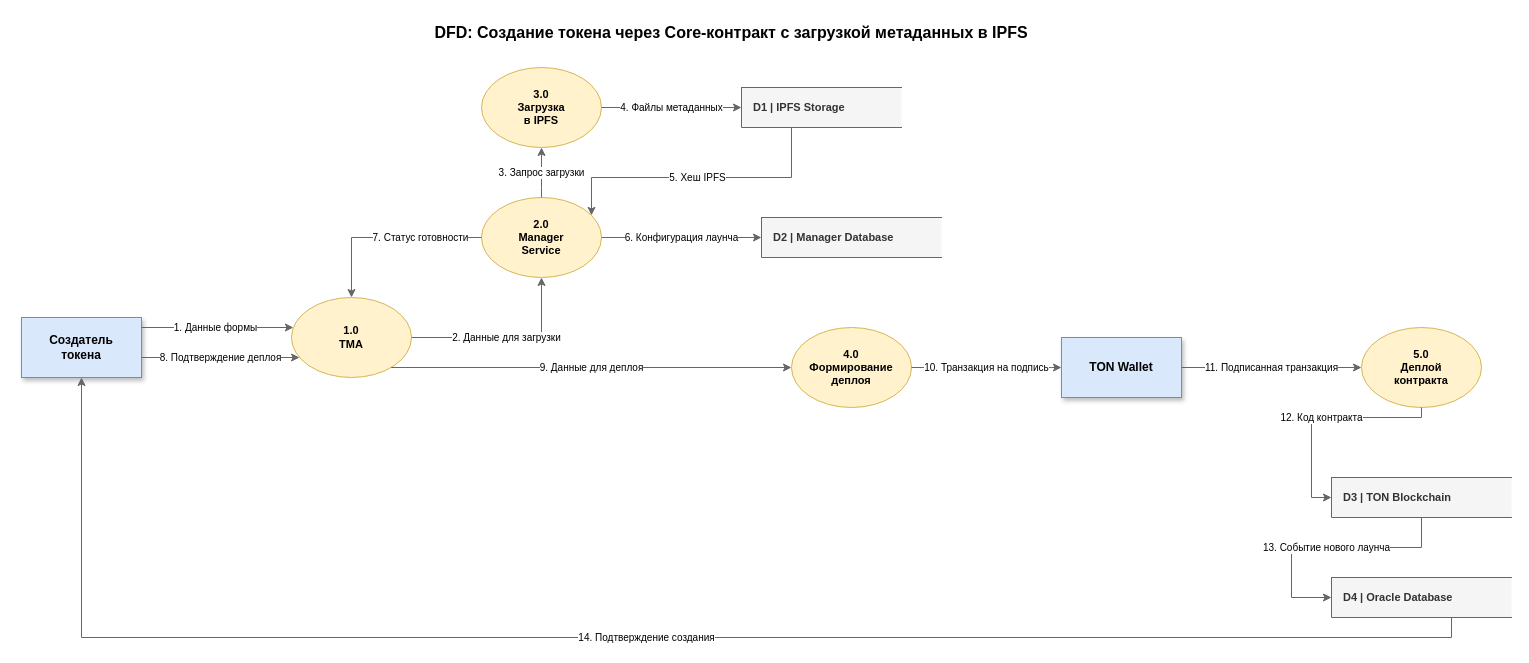
Before: diagrams/dfd/dfd2.drawio in dondarubin/system-engineering-playbook, a draw.io diagram. Source tidied: cells renumbered, new cells numbered last; positions are measured from the earlier drawing's top-left corner, leaving out a move shared by most shapes. Both pictures are drawn from the tidied source at 100%, with x=0, y=0 at pixel (21, 17).
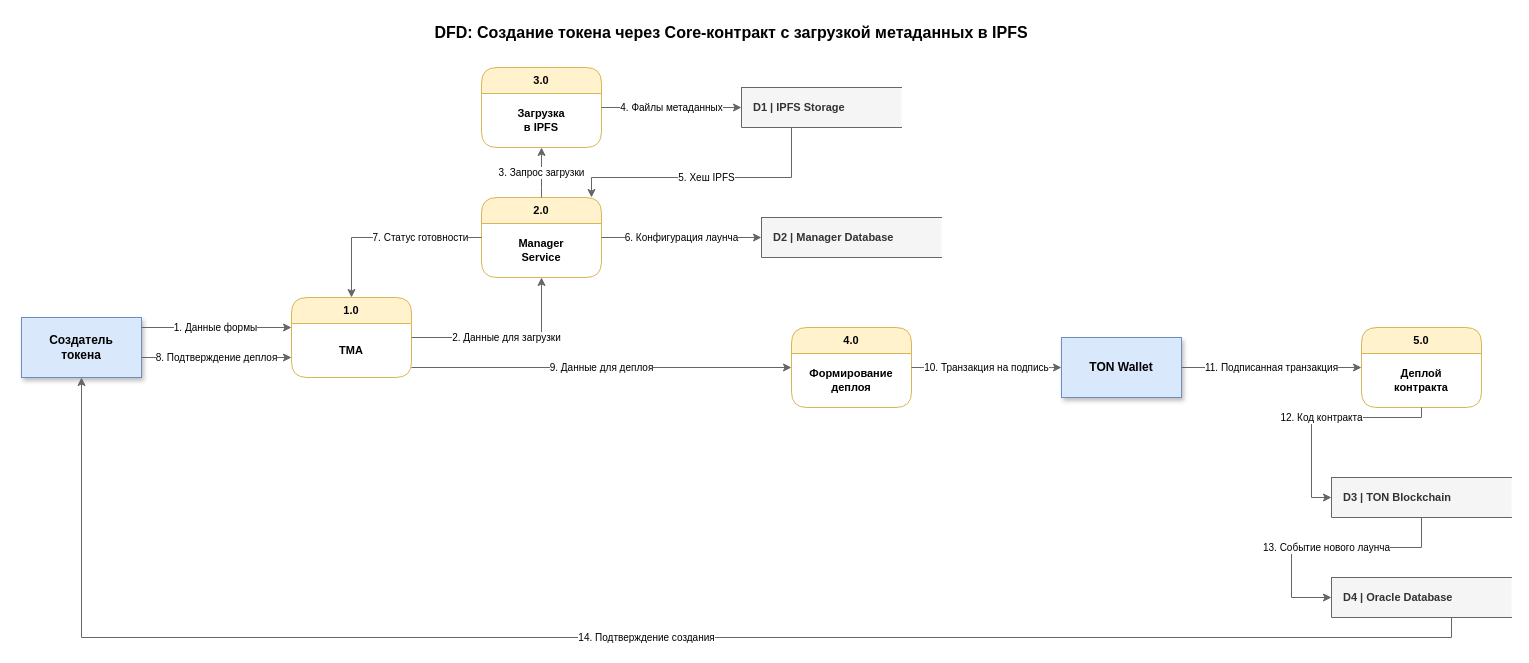
Above is the later version.

Diff of the diagram source:
```diff
@@
-    <mxCell id="5" value="1.0&#10;TMA" style="ellipse;whiteSpace=wrap;html=1;fillColor=#fff2cc;strokeColor=#d6b656;fontSize=11;fontStyle=1;" parent="1" vertex="1">
+    <mxCell id="5" value="1.0" style="swimlane;rounded=1;whiteSpace=wrap;html=1;startSize=26;fillColor=#fff2cc;strokeColor=#d6b656;fontSize=11;fontStyle=1;arcSize=20;horizontal=1;" parent="1" vertex="1">
       <mxGeometry x="270" y="280" width="120" height="80" as="geometry" />
     </mxCell>
+    <mxCell id="28" value="TMA" style="text;html=1;strokeColor=none;fillColor=none;align=center;verticalAlign=middle;whiteSpace=wrap;rounded=0;fontSize=11;fontStyle=1;" parent="5" vertex="1">
+      <mxGeometry y="26" width="120" height="54" as="geometry" />
+    </mxCell>
-    <mxCell id="6" value="2.0&#10;Manager&#10;Service" style="ellipse;whiteSpace=wrap;html=1;fillColor=#fff2cc;strokeColor=#d6b656;fontSize=11;fontStyle=1;" parent="1" vertex="1">
+    <mxCell id="6" value="2.0" style="swimlane;rounded=1;whiteSpace=wrap;html=1;startSize=26;fillColor=#fff2cc;strokeColor=#d6b656;fontSize=11;fontStyle=1;arcSize=20;horizontal=1;" parent="1" vertex="1">
       <mxGeometry x="460" y="180" width="120" height="80" as="geometry" />
     </mxCell>
+    <mxCell id="29" value="Manager&#10;Service" style="text;html=1;strokeColor=none;fillColor=none;align=center;verticalAlign=middle;whiteSpace=wrap;rounded=0;fontSize=11;fontStyle=1;" parent="6" vertex="1">
+      <mxGeometry y="26" width="120" height="54" as="geometry" />
+    </mxCell>
-    <mxCell id="7" value="3.0&#10;Загрузка&#10;в IPFS" style="ellipse;whiteSpace=wrap;html=1;fillColor=#fff2cc;strokeColor=#d6b656;fontSize=11;fontStyle=1;" parent="1" vertex="1">
+    <mxCell id="7" value="3.0" style="swimlane;rounded=1;whiteSpace=wrap;html=1;startSize=26;fillColor=#fff2cc;strokeColor=#d6b656;fontSize=11;fontStyle=1;arcSize=20;horizontal=1;" parent="1" vertex="1">
       <mxGeometry x="460" y="50" width="120" height="80" as="geometry" />
     </mxCell>
+    <mxCell id="30" value="Загрузка&#10;в IPFS" style="text;html=1;strokeColor=none;fillColor=none;align=center;verticalAlign=middle;whiteSpace=wrap;rounded=0;fontSize=11;fontStyle=1;" parent="7" vertex="1">
+      <mxGeometry y="26" width="120" height="54" as="geometry" />
+    </mxCell>
-    <mxCell id="8" value="4.0&#10;Формирование&#10;деплоя" style="ellipse;whiteSpace=wrap;html=1;fillColor=#fff2cc;strokeColor=#d6b656;fontSize=11;fontStyle=1;" parent="1" vertex="1">
+    <mxCell id="8" value="4.0" style="swimlane;rounded=1;whiteSpace=wrap;html=1;startSize=26;fillColor=#fff2cc;strokeColor=#d6b656;fontSize=11;fontStyle=1;arcSize=20;horizontal=1;" parent="1" vertex="1">
       <mxGeometry x="770" y="310" width="120" height="80" as="geometry" />
     </mxCell>
+    <mxCell id="31" value="Формирование&#10;деплоя" style="text;html=1;strokeColor=none;fillColor=none;align=center;verticalAlign=middle;whiteSpace=wrap;rounded=0;fontSize=11;fontStyle=1;" parent="8" vertex="1">
+      <mxGeometry y="26" width="120" height="54" as="geometry" />
+    </mxCell>
-    <mxCell id="9" value="5.0&#10;Деплой&#10;контракта" style="ellipse;whiteSpace=wrap;html=1;fillColor=#fff2cc;strokeColor=#d6b656;fontSize=11;fontStyle=1;" parent="1" vertex="1">
+    <mxCell id="9" value="5.0" style="swimlane;rounded=1;whiteSpace=wrap;html=1;startSize=26;fillColor=#fff2cc;strokeColor=#d6b656;fontSize=11;fontStyle=1;arcSize=20;horizontal=1;" parent="1" vertex="1">
       <mxGeometry x="1340" y="310" width="120" height="80" as="geometry" />
     </mxCell>
+    <mxCell id="32" value="Деплой&#10;контракта" style="text;html=1;strokeColor=none;fillColor=none;align=center;verticalAlign=middle;whiteSpace=wrap;rounded=0;fontSize=11;fontStyle=1;" parent="9" vertex="1">
+      <mxGeometry y="26" width="120" height="54" as="geometry" />
+    </mxCell>
```
